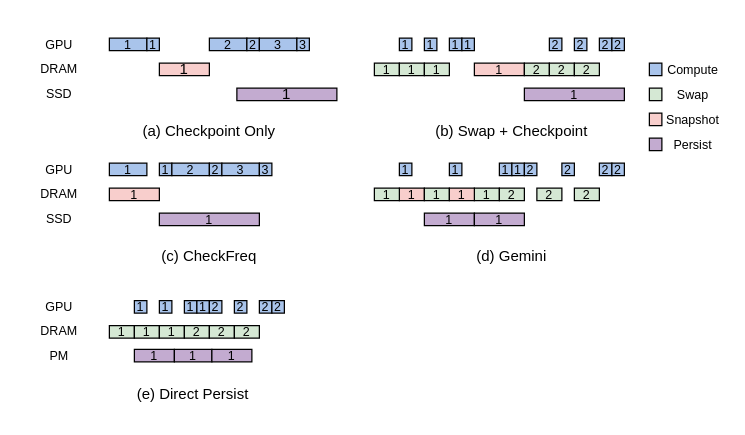
Above: fig/pipeline_mot.drawio in icszhr/NCheck (draw.io), before the change. Source tidied: cells renumbered, new cells numbered last; positions are measured from the earlier drawing's top-left corner, leaving out a move shared by most shapes. Both pictures are drawn from the tidied source at 125%, with x=0, y=0 at pixel (21, 38).
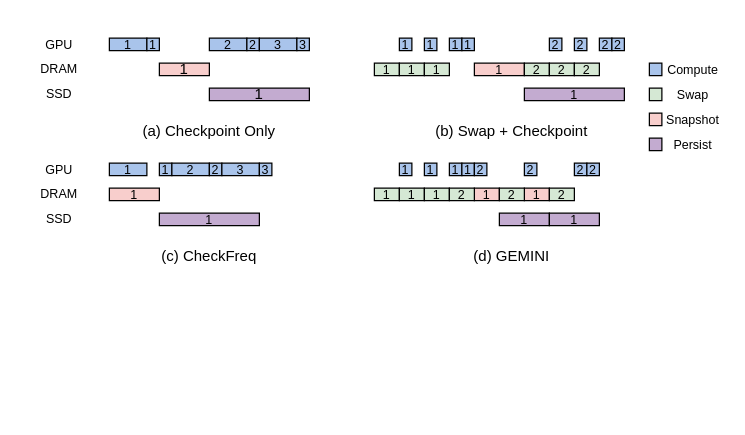
After the change.

Change to the diagram source:
```diff
@@
     <mxCell id="3" value="1" style="whiteSpace=wrap;html=1;fillColor=#C3ABD0;" parent="1" vertex="1">
-      <mxGeometry x="172" y="40" width="80" height="10" as="geometry" />
+      <mxGeometry x="150" y="40" width="80" height="10" as="geometry" />
     </mxCell>
@@
-    <mxCell id="24" value="(d) Gemini" style="text;html=1;align=center;verticalAlign=middle;whiteSpace=wrap;rounded=0;" parent="1" vertex="1">
+    <mxCell id="24" value="(d) GEMINI" style="text;html=1;align=center;verticalAlign=middle;whiteSpace=wrap;rounded=0;" parent="1" vertex="1">
       <mxGeometry x="327" y="160" width="130" height="30" as="geometry" />
     </mxCell>
     <mxCell id="25" value="&lt;font style=&quot;font-size: 10px;&quot;&gt;1&lt;/font&gt;" style="whiteSpace=wrap;html=1;fillColor=#F8CECC;fontSize=10;" parent="1" vertex="1">
-      <mxGeometry x="302" y="120" width="20" height="10" as="geometry" />
+      <mxGeometry x="362" y="120" width="20" height="10" as="geometry" />
     </mxCell>
@@
     <mxCell id="27" value="&lt;span style=&quot;font-size: 10px;&quot;&gt;1&lt;/span&gt;" style="whiteSpace=wrap;html=1;fillColor=#D5E8D4;fontSize=10;" parent="1" vertex="1">
-      <mxGeometry x="322" y="120" width="20" height="10" as="geometry" />
+      <mxGeometry x="302" y="120" width="20" height="10" as="geometry" />
     </mxCell>
@@
     <mxCell id="43" value="&lt;span style=&quot;font-size: 10px;&quot;&gt;1&lt;/span&gt;" style="whiteSpace=wrap;html=1;fillColor=#D5E8D4;fontSize=10;" parent="1" vertex="1">
-      <mxGeometry x="362" y="120" width="20" height="10" as="geometry" />
+      <mxGeometry x="322" y="120" width="20" height="10" as="geometry" />
     </mxCell>
     <mxCell id="44" value="&lt;font style=&quot;font-size: 10px;&quot;&gt;1&lt;/font&gt;" style="whiteSpace=wrap;html=1;fillColor=#F8CECC;fontSize=10;" parent="1" vertex="1">
-      <mxGeometry x="342" y="120" width="20" height="10" as="geometry" />
+      <mxGeometry x="402" y="120" width="20" height="10" as="geometry" />
     </mxCell>
@@
     <mxCell id="46" value="&lt;p style=&quot;line-height: 100%; font-size: 10px;&quot;&gt;&lt;font style=&quot;font-size: 10px;&quot;&gt;1&lt;/font&gt;&lt;/p&gt;" style="whiteSpace=wrap;html=1;fillColor=#A9C4EB;fontSize=10;" parent="1" vertex="1">
-      <mxGeometry x="342" y="100" width="10" height="10" as="geometry" />
+      <mxGeometry x="322" y="100" width="10" height="10" as="geometry" />
     </mxCell>
     <mxCell id="47" value="&lt;p style=&quot;line-height: 100%; font-size: 10px;&quot;&gt;&lt;font style=&quot;font-size: 10px;&quot;&gt;1&lt;/font&gt;&lt;/p&gt;" style="whiteSpace=wrap;html=1;fillColor=#A9C4EB;fontSize=10;" parent="1" vertex="1">
-      <mxGeometry x="382" y="100" width="10" height="10" as="geometry" />
+      <mxGeometry x="342" y="100" width="10" height="10" as="geometry" />
     </mxCell>
     <mxCell id="48" value="&lt;p style=&quot;line-height: 100%; font-size: 10px;&quot;&gt;&lt;font style=&quot;font-size: 10px;&quot;&gt;1&lt;/font&gt;&lt;/p&gt;" style="whiteSpace=wrap;html=1;fillColor=#A9C4EB;fontSize=10;" parent="1" vertex="1">
-      <mxGeometry x="392" y="100" width="10" height="10" as="geometry" />
+      <mxGeometry x="352" y="100" width="10" height="10" as="geometry" />
     </mxCell>
@@
     <mxCell id="50" value="1" style="whiteSpace=wrap;html=1;fillColor=#C3ABD0;fontSize=10;" parent="1" vertex="1">
-      <mxGeometry x="322" y="140" width="40" height="10" as="geometry" />
+      <mxGeometry x="382" y="140" width="40" height="10" as="geometry" />
     </mxCell>
@@
     <mxCell id="52" value="1" style="whiteSpace=wrap;html=1;fillColor=#C3ABD0;fontSize=10;" parent="1" vertex="1">
-      <mxGeometry x="362" y="140" width="40" height="10" as="geometry" />
+      <mxGeometry x="422" y="140" width="40" height="10" as="geometry" />
     </mxCell>
@@
     <mxCell id="63" value="&lt;span style=&quot;font-size: 10px;&quot;&gt;2&lt;/span&gt;" style="whiteSpace=wrap;html=1;fillColor=#D5E8D4;fontSize=10;" parent="1" vertex="1">
-      <mxGeometry x="382" y="120" width="20" height="10" as="geometry" />
+      <mxGeometry x="342" y="120" width="20" height="10" as="geometry" />
     </mxCell>
     <mxCell id="64" value="&lt;span style=&quot;font-size: 10px;&quot;&gt;2&lt;/span&gt;" style="whiteSpace=wrap;html=1;fillColor=#D5E8D4;fontSize=10;" parent="1" vertex="1">
-      <mxGeometry x="412" y="120" width="20" height="10" as="geometry" />
+      <mxGeometry x="382" y="120" width="20" height="10" as="geometry" />
     </mxCell>
     <mxCell id="65" value="&lt;span style=&quot;font-size: 10px;&quot;&gt;2&lt;/span&gt;" style="whiteSpace=wrap;html=1;fillColor=#D5E8D4;fontSize=10;" parent="1" vertex="1">
-      <mxGeometry x="442" y="120" width="20" height="10" as="geometry" />
+      <mxGeometry x="422" y="120" width="20" height="10" as="geometry" />
     </mxCell>
     <mxCell id="66" value="&lt;p style=&quot;line-height: 100%; font-size: 10px;&quot;&gt;&lt;font style=&quot;font-size: 10px;&quot;&gt;2&lt;/font&gt;&lt;/p&gt;" style="whiteSpace=wrap;html=1;fillColor=#A9C4EB;fontSize=10;" parent="1" vertex="1">
-      <mxGeometry x="402" y="100" width="10" height="10" as="geometry" />
+      <mxGeometry x="362" y="100" width="10" height="10" as="geometry" />
     </mxCell>
     <mxCell id="67" value="&lt;p style=&quot;line-height: 100%; font-size: 10px;&quot;&gt;&lt;font style=&quot;font-size: 10px;&quot;&gt;2&lt;/font&gt;&lt;/p&gt;" style="whiteSpace=wrap;html=1;fillColor=#A9C4EB;fontSize=10;" parent="1" vertex="1">
-      <mxGeometry x="432" y="100" width="10" height="10" as="geometry" />
+      <mxGeometry x="402" y="100" width="10" height="10" as="geometry" />
     </mxCell>
     <mxCell id="68" value="&lt;p style=&quot;line-height: 100%; font-size: 10px;&quot;&gt;&lt;font style=&quot;font-size: 10px;&quot;&gt;2&lt;/font&gt;&lt;/p&gt;" style="whiteSpace=wrap;html=1;fillColor=#A9C4EB;fontSize=10;" parent="1" vertex="1">
-      <mxGeometry x="462" y="100" width="10" height="10" as="geometry" />
+      <mxGeometry x="442" y="100" width="10" height="10" as="geometry" />
     </mxCell>
     <mxCell id="69" value="&lt;p style=&quot;line-height: 100%; font-size: 10px;&quot;&gt;&lt;font style=&quot;font-size: 10px;&quot;&gt;2&lt;/font&gt;&lt;/p&gt;" style="whiteSpace=wrap;html=1;fillColor=#A9C4EB;fontSize=10;" parent="1" vertex="1">
-      <mxGeometry x="472" y="100" width="10" height="10" as="geometry" />
+      <mxGeometry x="452" y="100" width="10" height="10" as="geometry" />
     </mxCell>
-    <mxCell id="70" value="&lt;font style=&quot;font-size: 10px;&quot;&gt;GPU&lt;/font&gt;" style="text;html=1;align=center;verticalAlign=middle;whiteSpace=wrap;rounded=0;" parent="1" vertex="1">
-      <mxGeometry y="210" width="60" height="10" as="geometry" />
-    </mxCell>
-    <mxCell id="71" value="&lt;font style=&quot;font-size: 10px;&quot;&gt;DRAM&lt;/font&gt;" style="text;html=1;align=center;verticalAlign=middle;whiteSpace=wrap;rounded=0;" parent="1" vertex="1">
-      <mxGeometry y="228" width="60" height="11" as="geometry" />
-    </mxCell>
-    <mxCell id="72" value="&lt;font style=&quot;font-size: 10px;&quot;&gt;PM&lt;/font&gt;" style="text;html=1;align=center;verticalAlign=middle;whiteSpace=wrap;rounded=0;" parent="1" vertex="1">
-      <mxGeometry y="249" width="60" height="9" as="geometry" />
-    </mxCell>
-    <mxCell id="73" value="&lt;p style=&quot;line-height: 100%; font-size: 10px;&quot;&gt;&lt;font style=&quot;font-size: 10px;&quot;&gt;1&lt;/font&gt;&lt;/p&gt;" style="whiteSpace=wrap;html=1;fillColor=#A9C4EB;fontSize=10;" parent="1" vertex="1">
-      <mxGeometry x="90" y="210" width="10" height="10" as="geometry" />
-    </mxCell>
-    <mxCell id="74" value="&lt;p style=&quot;line-height: 100%; font-size: 10px;&quot;&gt;&lt;font style=&quot;font-size: 10px;&quot;&gt;1&lt;/font&gt;&lt;/p&gt;" style="whiteSpace=wrap;html=1;fillColor=#A9C4EB;fontSize=10;" parent="1" vertex="1">
-      <mxGeometry x="110" y="210" width="10" height="10" as="geometry" />
-    </mxCell>
-    <mxCell id="75" value="&lt;p style=&quot;line-height: 100%; font-size: 10px;&quot;&gt;&lt;font style=&quot;font-size: 10px;&quot;&gt;1&lt;/font&gt;&lt;/p&gt;" style="whiteSpace=wrap;html=1;fillColor=#A9C4EB;fontSize=10;" parent="1" vertex="1">
-      <mxGeometry x="130" y="210" width="10" height="10" as="geometry" />
-    </mxCell>
-    <mxCell id="76" value="&lt;p style=&quot;line-height: 100%; font-size: 10px;&quot;&gt;&lt;font style=&quot;font-size: 10px;&quot;&gt;1&lt;/font&gt;&lt;/p&gt;" style="whiteSpace=wrap;html=1;fillColor=#A9C4EB;fontSize=10;" parent="1" vertex="1">
-      <mxGeometry x="140" y="210" width="10" height="10" as="geometry" />
-    </mxCell>
-    <mxCell id="77" value="&lt;p style=&quot;line-height: 100%; font-size: 10px;&quot;&gt;&lt;font style=&quot;font-size: 10px;&quot;&gt;1&lt;/font&gt;&lt;/p&gt;" style="whiteSpace=wrap;html=1;fillColor=#D5E8D4;fontSize=10;" parent="1" vertex="1">
-      <mxGeometry x="70" y="230" width="20" height="10" as="geometry" />
-    </mxCell>
-    <mxCell id="78" value="&lt;p style=&quot;line-height: 100%; font-size: 10px;&quot;&gt;&lt;font style=&quot;font-size: 10px;&quot;&gt;1&lt;/font&gt;&lt;/p&gt;" style="whiteSpace=wrap;html=1;fillColor=#D5E8D4;fontSize=10;" parent="1" vertex="1">
-      <mxGeometry x="90" y="230" width="20" height="10" as="geometry" />
-    </mxCell>
-    <mxCell id="79" value="&lt;p style=&quot;line-height: 100%; font-size: 10px;&quot;&gt;&lt;font style=&quot;font-size: 10px;&quot;&gt;1&lt;/font&gt;&lt;/p&gt;" style="whiteSpace=wrap;html=1;fillColor=#D5E8D4;fontSize=10;" parent="1" vertex="1">
-      <mxGeometry x="110" y="230" width="20" height="10" as="geometry" />
-    </mxCell>
-    <mxCell id="80" value="1" style="whiteSpace=wrap;html=1;fillColor=#C3ABD0;fontSize=10;" parent="1" vertex="1">
-      <mxGeometry x="90" y="249" width="32" height="10" as="geometry" />
-    </mxCell>
-    <mxCell id="81" value="1" style="whiteSpace=wrap;html=1;fillColor=#C3ABD0;fontSize=10;" parent="1" vertex="1">
-      <mxGeometry x="122" y="249" width="30" height="10" as="geometry" />
-    </mxCell>
-    <mxCell id="82" value="1" style="whiteSpace=wrap;html=1;fillColor=#C3ABD0;fontSize=10;" parent="1" vertex="1">
-      <mxGeometry x="152" y="249" width="32" height="10" as="geometry" />
-    </mxCell>
-    <mxCell id="83" value="&lt;p style=&quot;line-height: 100%; font-size: 10px;&quot;&gt;&lt;font style=&quot;font-size: 10px;&quot;&gt;2&lt;/font&gt;&lt;/p&gt;" style="whiteSpace=wrap;html=1;fillColor=#A9C4EB;fontSize=10;" parent="1" vertex="1">
-      <mxGeometry x="150" y="210" width="10" height="10" as="geometry" />
-    </mxCell>
-    <mxCell id="84" value="&lt;p style=&quot;line-height: 100%; font-size: 10px;&quot;&gt;&lt;font style=&quot;font-size: 10px;&quot;&gt;2&lt;/font&gt;&lt;/p&gt;" style="whiteSpace=wrap;html=1;fillColor=#A9C4EB;fontSize=10;" parent="1" vertex="1">
-      <mxGeometry x="170" y="210" width="10" height="10" as="geometry" />
-    </mxCell>
-    <mxCell id="85" value="&lt;p style=&quot;line-height: 100%; font-size: 10px;&quot;&gt;&lt;font style=&quot;font-size: 10px;&quot;&gt;2&lt;/font&gt;&lt;/p&gt;" style="whiteSpace=wrap;html=1;fillColor=#A9C4EB;fontSize=10;" parent="1" vertex="1">
-      <mxGeometry x="190" y="210" width="10" height="10" as="geometry" />
-    </mxCell>
-    <mxCell id="86" value="&lt;p style=&quot;line-height: 100%; font-size: 10px;&quot;&gt;&lt;font style=&quot;font-size: 10px;&quot;&gt;2&lt;/font&gt;&lt;/p&gt;" style="whiteSpace=wrap;html=1;fillColor=#A9C4EB;fontSize=10;" parent="1" vertex="1">
-      <mxGeometry x="200" y="210" width="10" height="10" as="geometry" />
-    </mxCell>
-    <mxCell id="87" value="&lt;p style=&quot;line-height: 100%; font-size: 10px;&quot;&gt;&lt;font style=&quot;font-size: 10px;&quot;&gt;2&lt;/font&gt;&lt;/p&gt;" style="whiteSpace=wrap;html=1;fillColor=#D5E8D4;fontSize=10;" parent="1" vertex="1">
-      <mxGeometry x="130" y="230" width="20" height="10" as="geometry" />
-    </mxCell>
-    <mxCell id="88" value="&lt;p style=&quot;line-height: 100%; font-size: 10px;&quot;&gt;&lt;font style=&quot;font-size: 10px;&quot;&gt;2&lt;/font&gt;&lt;/p&gt;" style="whiteSpace=wrap;html=1;fillColor=#D5E8D4;fontSize=10;" parent="1" vertex="1">
-      <mxGeometry x="150" y="230" width="20" height="10" as="geometry" />
-    </mxCell>
-    <mxCell id="89" value="&lt;p style=&quot;line-height: 100%; font-size: 10px;&quot;&gt;&lt;font style=&quot;font-size: 10px;&quot;&gt;2&lt;/font&gt;&lt;/p&gt;" style="whiteSpace=wrap;html=1;fillColor=#D5E8D4;fontSize=10;" parent="1" vertex="1">
-      <mxGeometry x="170" y="230" width="20" height="10" as="geometry" />
-    </mxCell>
-    <mxCell id="90" value="(e) Direct Persist" style="text;html=1;align=center;verticalAlign=middle;whiteSpace=wrap;rounded=0;" parent="1" vertex="1">
-      <mxGeometry x="72" y="270" width="130" height="30" as="geometry" />
-    </mxCell>
```
